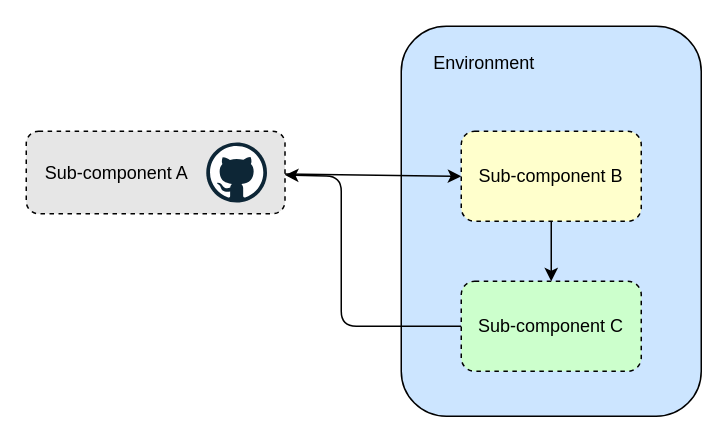
This is page "main" (1 of 2) of doc/arc.drawio from rasmushaa/drawio_document_demo_a, a draw.io file, before an edit. Source tidied: cells renumbered, new cells numbered last; positions are measured from the earlier drawing's top-left corner, leaving out a move shared by most shapes. Both pictures are drawn from the tidied source at 150%, with x=0, y=0 at pixel (26, 26).
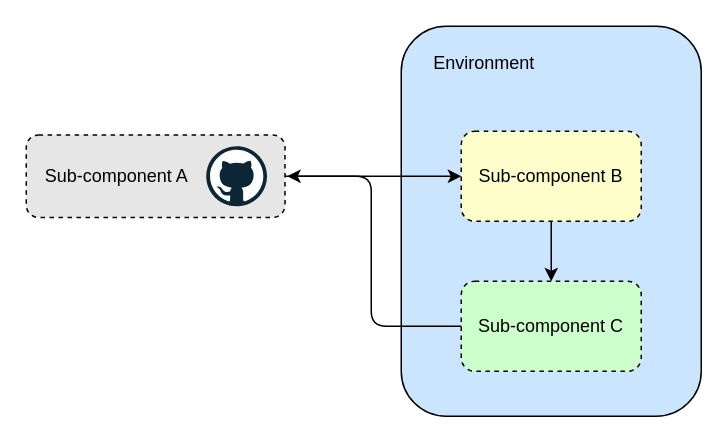
The same diagram, later.

Change to the diagram source:
```diff
@@
 <mxGraphModel>
   <root>
     <mxCell id="0" />
     <mxCell id="1" parent="0" />
     <mxCell id="2" style="rounded=1;whiteSpace=wrap;html=1;fillColor=#CCE5FF;" parent="1" vertex="1">
       <mxGeometry x="250" width="200" height="260" as="geometry" />
     </mxCell>
     <mxCell id="3" style="edgeStyle=none;html=1;entryX=0;entryY=0.5;entryDx=0;entryDy=0;" parent="1" edge="1" source="5" target="6">
       <mxGeometry relative="1" as="geometry" />
     </mxCell>
-    <mxCell id="4" style="edgeStyle=none;html=1;entryX=0;entryY=0.5;entryDx=0;entryDy=0;rounded=1;curved=0;endArrow=none;endFill=0;startArrow=classic;startFill=1;" parent="1" edge="1" source="5" target="8">
-      <mxGeometry relative="1" as="geometry">
-        <Array as="points">
-          <mxPoint x="210" y="100" />
-          <mxPoint x="210" y="150" />
-          <mxPoint x="210" y="200" />
-          <mxPoint x="270" y="200" />
-        </Array>
-      </mxGeometry>
-    </mxCell>
     <mxCell id="5" style="rounded=1;whiteSpace=wrap;html=1;dashed=1;fillColor=#E6E6E6;" parent="1" vertex="1">
-      <mxGeometry y="70" width="172.5" height="55" as="geometry" />
+      <mxGeometry y="72.5" width="172.5" height="55" as="geometry" />
     </mxCell>
     <mxCell id="6" value="Sub-component B" style="rounded=1;whiteSpace=wrap;html=1;dashed=1;fillColor=#FFFFCC;" parent="1" vertex="1">
       <mxGeometry x="290" y="70" width="120" height="60" as="geometry" />
     </mxCell>
     <mxCell id="7" style="edgeStyle=none;html=1;entryX=0.5;entryY=1;entryDx=0;entryDy=0;startArrow=classic;startFill=1;endArrow=none;endFill=0;" parent="1" edge="1" source="8" target="6">
       <mxGeometry relative="1" as="geometry" />
     </mxCell>
     <mxCell id="8" value="Sub-component C" style="rounded=1;whiteSpace=wrap;html=1;dashed=1;fillColor=#CCFFCC;" parent="1" vertex="1">
       <mxGeometry x="290" y="170" width="120" height="60" as="geometry" />
     </mxCell>
     <mxCell id="9" value="Environment" style="text;html=1;align=center;verticalAlign=middle;strokeColor=none;fillColor=none;" parent="1" vertex="1">
       <mxGeometry x="260" y="10" width="90" height="30" as="geometry" />
     </mxCell>
     <mxCell id="10" style="dashed=0;html=1;align=center;labelPosition=center;verticalLabelPosition=bottom;verticalAlign=top;shape=mxgraph.weblogos.github;" parent="1" vertex="1">
-      <mxGeometry x="120" y="77.5" width="40.5" height="40" as="geometry" />
+      <mxGeometry x="120" y="80" width="40.5" height="40" as="geometry" />
     </mxCell>
     <mxCell id="11" value="Sub-component A" style="text;html=1;align=center;verticalAlign=middle;strokeColor=none;fillColor=none;" parent="1" vertex="1">
-      <mxGeometry y="82.5" width="120" height="30" as="geometry" />
+      <mxGeometry y="85" width="120" height="30" as="geometry" />
     </mxCell>
+    <mxCell id="12" style="edgeStyle=none;html=1;exitX=0;exitY=0.5;exitDx=0;exitDy=0;" parent="1" edge="1" source="8">
+      <mxGeometry relative="1" as="geometry">
+        <mxPoint x="174" y="100" as="targetPoint" />
+        <Array as="points">
+          <mxPoint x="230" y="200" />
+          <mxPoint x="230" y="100" />
+        </Array>
+      </mxGeometry>
+    </mxCell>
   </root>
 </mxGraphModel>
```
